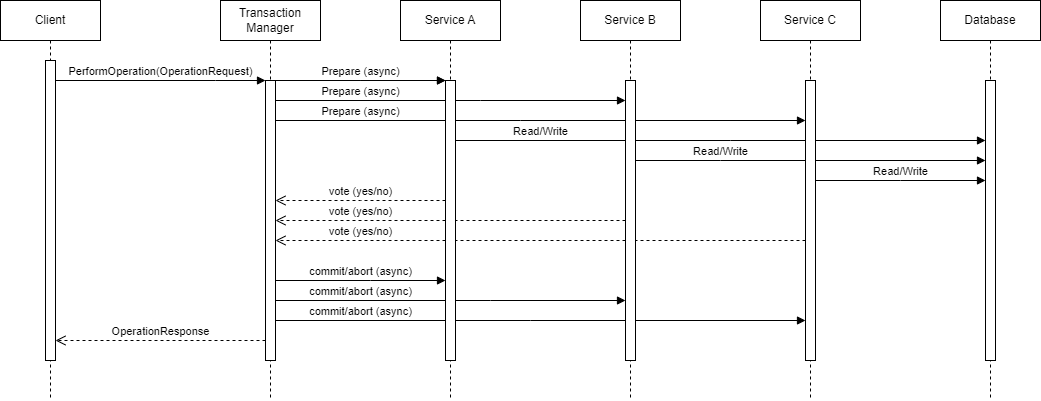
Above: TM_sequence_diagram.drawio.png in ShazimR/2PC-TM-POC (draw.io), before the change. Source tidied: cells renumbered, new cells last; positions are measured from the earlier drawing's top-left corner, leaving out a move shared by most shapes. Source of this version:
```xml
<mxGraphModel>
  <root>
    <mxCell id="0" />
    <mxCell id="1" parent="0" />
    <mxCell id="2" value="vote (yes/no)" style="html=1;verticalAlign=bottom;endArrow=open;dashed=1;endSize=8;edgeStyle=elbowEdgeStyle;elbow=vertical;curved=0;rounded=0;" parent="1" edge="1" source="19" target="12">
      <mxGeometry x="0.68" relative="1" as="geometry">
        <Array as="points">
          <mxPoint x="370" y="240" />
          <mxPoint x="285" y="290" />
        </Array>
      </mxGeometry>
    </mxCell>
    <mxCell id="3" value="commit/abort (async)" style="html=1;verticalAlign=bottom;endArrow=block;edgeStyle=elbowEdgeStyle;elbow=vertical;curved=0;rounded=0;" parent="1" edge="1" source="12" target="19">
      <mxGeometry x="-0.68" relative="1" as="geometry">
        <Array as="points">
          <mxPoint x="530" y="320" />
          <mxPoint x="500" y="310" />
          <mxPoint x="390" y="330" />
        </Array>
      </mxGeometry>
    </mxCell>
    <mxCell id="4" value="commit/abort (async)" style="html=1;verticalAlign=bottom;endArrow=block;edgeStyle=elbowEdgeStyle;elbow=vertical;curved=0;rounded=0;" parent="1" edge="1" source="12" target="17">
      <mxGeometry x="-0.51" relative="1" as="geometry">
        <Array as="points">
          <mxPoint x="490" y="300" />
          <mxPoint x="380" y="320" />
        </Array>
      </mxGeometry>
    </mxCell>
    <mxCell id="5" value="commit/abort (async)" style="html=1;verticalAlign=bottom;endArrow=block;edgeStyle=elbowEdgeStyle;elbow=vertical;curved=0;rounded=0;" parent="1" edge="1" source="12" target="14">
      <mxGeometry relative="1" as="geometry">
        <Array as="points">
          <mxPoint x="370" y="280" />
        </Array>
      </mxGeometry>
    </mxCell>
    <mxCell id="6" value="vote (yes/no)" style="html=1;verticalAlign=bottom;endArrow=open;dashed=1;endSize=8;edgeStyle=elbowEdgeStyle;elbow=vertical;curved=0;rounded=0;" parent="1" edge="1" source="17" target="12">
      <mxGeometry x="0.51" relative="1" as="geometry">
        <Array as="points">
          <mxPoint x="370" y="220" />
          <mxPoint x="370" y="220" />
        </Array>
      </mxGeometry>
    </mxCell>
    <mxCell id="7" value="Read/Write" style="html=1;verticalAlign=bottom;endArrow=block;edgeStyle=elbowEdgeStyle;elbow=vertical;curved=0;rounded=0;" parent="1" edge="1" source="17" target="21">
      <mxGeometry x="-0.51" relative="1" as="geometry">
        <Array as="points">
          <mxPoint x="720" y="160" />
          <mxPoint x="705" y="160" />
          <mxPoint x="595" y="180" />
        </Array>
      </mxGeometry>
    </mxCell>
    <mxCell id="8" value="Read/Write" style="html=1;verticalAlign=bottom;endArrow=block;edgeStyle=elbowEdgeStyle;elbow=vertical;curved=0;rounded=0;" parent="1" edge="1" source="14" target="21">
      <mxGeometry x="-0.68" relative="1" as="geometry">
        <Array as="points">
          <mxPoint x="730" y="140" />
          <mxPoint x="695" y="150" />
          <mxPoint x="585" y="170" />
        </Array>
      </mxGeometry>
    </mxCell>
    <mxCell id="9" value="Prepare (async)" style="html=1;verticalAlign=bottom;endArrow=block;edgeStyle=elbowEdgeStyle;elbow=vertical;curved=0;rounded=0;" parent="1" edge="1" source="12" target="19">
      <mxGeometry x="-0.68" relative="1" as="geometry">
        <Array as="points">
          <mxPoint x="520" y="120" />
          <mxPoint x="490" y="110" />
          <mxPoint x="380" y="130" />
        </Array>
      </mxGeometry>
    </mxCell>
    <mxCell id="10" value="Prepare (async)" style="html=1;verticalAlign=bottom;endArrow=block;edgeStyle=elbowEdgeStyle;elbow=vertical;curved=0;rounded=0;" parent="1" edge="1" source="12" target="17">
      <mxGeometry x="-0.51" relative="1" as="geometry">
        <Array as="points">
          <mxPoint x="480" y="100" />
          <mxPoint x="370" y="120" />
        </Array>
      </mxGeometry>
    </mxCell>
    <mxCell id="11" value="Transaction Manager" style="shape=umlLifeline;perimeter=lifelinePerimeter;whiteSpace=wrap;html=1;newEdgeStyle={&quot;edgeStyle&quot;:&quot;elbowEdgeStyle&quot;,&quot;elbow&quot;:&quot;vertical&quot;,&quot;curved&quot;:0,&quot;rounded&quot;:0};" parent="1" vertex="1">
      <mxGeometry x="220" width="100" height="400" as="geometry" />
    </mxCell>
    <mxCell id="12" style="html=1;points=[];perimeter=orthogonalPerimeter;outlineConnect=0;targetShapes=umlLifeline;portConstraint=eastwest;newEdgeStyle={&quot;edgeStyle&quot;:&quot;elbowEdgeStyle&quot;,&quot;elbow&quot;:&quot;vertical&quot;,&quot;curved&quot;:0,&quot;rounded&quot;:0};" parent="11" vertex="1">
      <mxGeometry x="45" y="80" width="10" height="280" as="geometry" />
    </mxCell>
    <mxCell id="13" value="Service A" style="shape=umlLifeline;perimeter=lifelinePerimeter;whiteSpace=wrap;html=1;newEdgeStyle={&quot;edgeStyle&quot;:&quot;elbowEdgeStyle&quot;,&quot;elbow&quot;:&quot;vertical&quot;,&quot;curved&quot;:0,&quot;rounded&quot;:0};" parent="1" vertex="1">
      <mxGeometry x="400" width="100" height="400" as="geometry" />
    </mxCell>
    <mxCell id="14" style="html=1;points=[];perimeter=orthogonalPerimeter;outlineConnect=0;targetShapes=umlLifeline;portConstraint=eastwest;newEdgeStyle={&quot;edgeStyle&quot;:&quot;elbowEdgeStyle&quot;,&quot;elbow&quot;:&quot;vertical&quot;,&quot;curved&quot;:0,&quot;rounded&quot;:0};" parent="13" vertex="1">
      <mxGeometry x="45" y="80" width="10" height="280" as="geometry" />
    </mxCell>
    <mxCell id="15" value="Prepare (async)" style="html=1;verticalAlign=bottom;endArrow=block;edgeStyle=elbowEdgeStyle;elbow=vertical;curved=0;rounded=0;" parent="1" edge="1" source="12" target="14">
      <mxGeometry relative="1" as="geometry">
        <Array as="points">
          <mxPoint x="360" y="80" />
        </Array>
      </mxGeometry>
    </mxCell>
    <mxCell id="16" value="Service B" style="shape=umlLifeline;perimeter=lifelinePerimeter;whiteSpace=wrap;html=1;newEdgeStyle={&quot;edgeStyle&quot;:&quot;elbowEdgeStyle&quot;,&quot;elbow&quot;:&quot;vertical&quot;,&quot;curved&quot;:0,&quot;rounded&quot;:0};" parent="1" vertex="1">
      <mxGeometry x="580" width="100" height="400" as="geometry" />
    </mxCell>
    <mxCell id="17" style="html=1;points=[];perimeter=orthogonalPerimeter;outlineConnect=0;targetShapes=umlLifeline;portConstraint=eastwest;newEdgeStyle={&quot;edgeStyle&quot;:&quot;elbowEdgeStyle&quot;,&quot;elbow&quot;:&quot;vertical&quot;,&quot;curved&quot;:0,&quot;rounded&quot;:0};" parent="16" vertex="1">
      <mxGeometry x="45" y="80" width="10" height="280" as="geometry" />
    </mxCell>
    <mxCell id="18" value="Service C" style="shape=umlLifeline;perimeter=lifelinePerimeter;whiteSpace=wrap;html=1;newEdgeStyle={&quot;edgeStyle&quot;:&quot;elbowEdgeStyle&quot;,&quot;elbow&quot;:&quot;vertical&quot;,&quot;curved&quot;:0,&quot;rounded&quot;:0};" parent="1" vertex="1">
      <mxGeometry x="760" width="100" height="400" as="geometry" />
    </mxCell>
    <mxCell id="19" style="html=1;points=[];perimeter=orthogonalPerimeter;outlineConnect=0;targetShapes=umlLifeline;portConstraint=eastwest;newEdgeStyle={&quot;edgeStyle&quot;:&quot;elbowEdgeStyle&quot;,&quot;elbow&quot;:&quot;vertical&quot;,&quot;curved&quot;:0,&quot;rounded&quot;:0};" parent="18" vertex="1">
      <mxGeometry x="45" y="80" width="10" height="280" as="geometry" />
    </mxCell>
    <mxCell id="20" value="Database" style="shape=umlLifeline;perimeter=lifelinePerimeter;whiteSpace=wrap;html=1;newEdgeStyle={&quot;edgeStyle&quot;:&quot;elbowEdgeStyle&quot;,&quot;elbow&quot;:&quot;vertical&quot;,&quot;curved&quot;:0,&quot;rounded&quot;:0};" parent="1" vertex="1">
      <mxGeometry x="940" width="100" height="400" as="geometry" />
    </mxCell>
    <mxCell id="21" style="html=1;points=[];perimeter=orthogonalPerimeter;outlineConnect=0;targetShapes=umlLifeline;portConstraint=eastwest;newEdgeStyle={&quot;edgeStyle&quot;:&quot;elbowEdgeStyle&quot;,&quot;elbow&quot;:&quot;vertical&quot;,&quot;curved&quot;:0,&quot;rounded&quot;:0};" parent="20" vertex="1">
      <mxGeometry x="45" y="80" width="10" height="280" as="geometry" />
    </mxCell>
    <mxCell id="22" value="OperationResponse" style="html=1;verticalAlign=bottom;endArrow=open;dashed=1;endSize=8;edgeStyle=elbowEdgeStyle;elbow=vertical;curved=0;rounded=0;" parent="1" edge="1" source="12" target="27">
      <mxGeometry relative="1" as="geometry">
        <Array as="points">
          <mxPoint x="205" y="340" />
        </Array>
      </mxGeometry>
    </mxCell>
    <mxCell id="23" value="Read/Write" style="html=1;verticalAlign=bottom;endArrow=block;edgeStyle=elbowEdgeStyle;elbow=vertical;curved=0;rounded=0;" parent="1" edge="1" source="19" target="21">
      <mxGeometry relative="1" as="geometry">
        <Array as="points">
          <mxPoint x="900" y="180" />
          <mxPoint x="920" y="210" />
          <mxPoint x="810" y="230" />
        </Array>
      </mxGeometry>
    </mxCell>
    <mxCell id="24" value="vote (yes/no)" style="html=1;verticalAlign=bottom;endArrow=open;dashed=1;endSize=8;edgeStyle=elbowEdgeStyle;elbow=vertical;curved=0;rounded=0;" parent="1" edge="1" source="14" target="12">
      <mxGeometry relative="1" as="geometry">
        <Array as="points">
          <mxPoint x="360" y="200" />
          <mxPoint x="360" y="210" />
        </Array>
      </mxGeometry>
    </mxCell>
    <mxCell id="25" value="Prepare (async)" style="html=1;verticalAlign=bottom;endArrow=block;edgeStyle=elbowEdgeStyle;elbow=vertical;curved=0;rounded=0;" parent="1" edge="1">
      <mxGeometry relative="1" as="geometry">
        <mxPoint x="275" y="80" as="sourcePoint" />
        <mxPoint x="445" y="80" as="targetPoint" />
        <Array as="points">
          <mxPoint x="360" y="80" />
        </Array>
      </mxGeometry>
    </mxCell>
    <mxCell id="26" value="Client" style="shape=umlLifeline;perimeter=lifelinePerimeter;whiteSpace=wrap;html=1;newEdgeStyle={&quot;edgeStyle&quot;:&quot;elbowEdgeStyle&quot;,&quot;elbow&quot;:&quot;vertical&quot;,&quot;curved&quot;:0,&quot;rounded&quot;:0};" parent="1" vertex="1">
      <mxGeometry width="100" height="400" as="geometry" />
    </mxCell>
    <mxCell id="27" style="html=1;points=[];perimeter=orthogonalPerimeter;outlineConnect=0;targetShapes=umlLifeline;portConstraint=eastwest;newEdgeStyle={&quot;edgeStyle&quot;:&quot;elbowEdgeStyle&quot;,&quot;elbow&quot;:&quot;vertical&quot;,&quot;curved&quot;:0,&quot;rounded&quot;:0};" parent="26" vertex="1">
      <mxGeometry x="45" y="60" width="10" height="300" as="geometry" />
    </mxCell>
    <mxCell id="28" value="PerformOperation(OperationRequest)" style="html=1;verticalAlign=bottom;endArrow=block;edgeStyle=elbowEdgeStyle;elbow=vertical;curved=0;rounded=0;" parent="1" edge="1" source="27" target="12">
      <mxGeometry relative="1" as="geometry">
        <Array as="points">
          <mxPoint x="215" y="80" />
        </Array>
      </mxGeometry>
    </mxCell>
  </root>
</mxGraphModel>
```
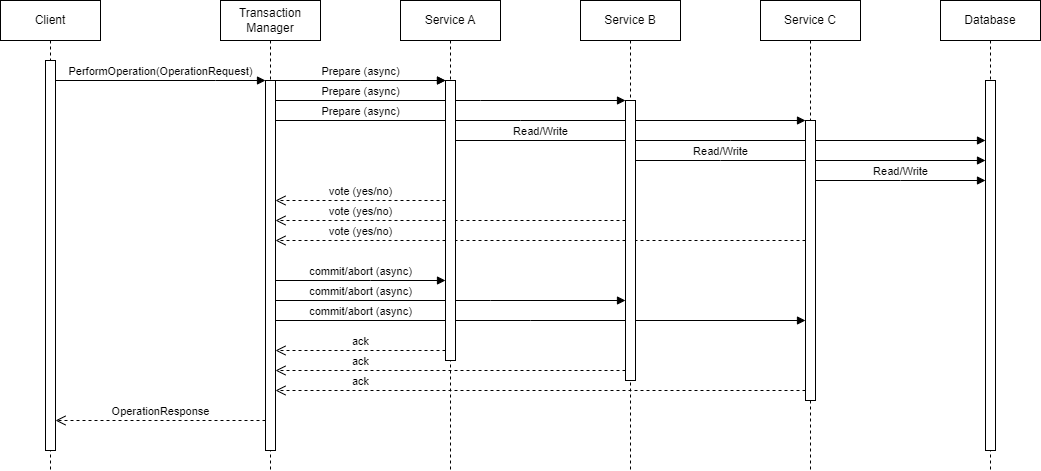
Later version of the same file.

The edit, as a diff of the source:
```diff
@@ -2,6 +2,22 @@
   <root>
     <mxCell id="0" />
     <mxCell id="1" parent="0" />
+    <mxCell id="29" value="ack" style="html=1;verticalAlign=bottom;endArrow=open;dashed=1;endSize=8;edgeStyle=elbowEdgeStyle;elbow=vertical;curved=0;rounded=0;" parent="1" edge="1" source="19" target="12">
+      <mxGeometry x="0.68" relative="1" as="geometry">
+        <Array as="points">
+          <mxPoint x="380" y="390" />
+          <mxPoint x="360" y="470" />
+        </Array>
+      </mxGeometry>
+    </mxCell>
+    <mxCell id="30" value="ack" style="html=1;verticalAlign=bottom;endArrow=open;dashed=1;endSize=8;edgeStyle=elbowEdgeStyle;elbow=vertical;curved=0;rounded=0;" parent="1" edge="1" source="17" target="12">
+      <mxGeometry x="0.51" relative="1" as="geometry">
+        <Array as="points">
+          <mxPoint x="370" y="370" />
+          <mxPoint x="445" y="400" />
+        </Array>
+      </mxGeometry>
+    </mxCell>
     <mxCell id="2" value="vote (yes/no)" style="html=1;verticalAlign=bottom;endArrow=open;dashed=1;endSize=8;edgeStyle=elbowEdgeStyle;elbow=vertical;curved=0;rounded=0;" parent="1" edge="1" source="19" target="12">
       <mxGeometry x="0.68" relative="1" as="geometry">
         <Array as="points">
@@ -78,13 +94,13 @@
       </mxGeometry>
     </mxCell>
     <mxCell id="11" value="Transaction Manager" style="shape=umlLifeline;perimeter=lifelinePerimeter;whiteSpace=wrap;html=1;newEdgeStyle={&quot;edgeStyle&quot;:&quot;elbowEdgeStyle&quot;,&quot;elbow&quot;:&quot;vertical&quot;,&quot;curved&quot;:0,&quot;rounded&quot;:0};" parent="1" vertex="1">
-      <mxGeometry x="220" width="100" height="400" as="geometry" />
+      <mxGeometry x="220" width="100" height="470" as="geometry" />
     </mxCell>
     <mxCell id="12" style="html=1;points=[];perimeter=orthogonalPerimeter;outlineConnect=0;targetShapes=umlLifeline;portConstraint=eastwest;newEdgeStyle={&quot;edgeStyle&quot;:&quot;elbowEdgeStyle&quot;,&quot;elbow&quot;:&quot;vertical&quot;,&quot;curved&quot;:0,&quot;rounded&quot;:0};" parent="11" vertex="1">
-      <mxGeometry x="45" y="80" width="10" height="280" as="geometry" />
+      <mxGeometry x="45" y="80" width="10" height="370" as="geometry" />
     </mxCell>
     <mxCell id="13" value="Service A" style="shape=umlLifeline;perimeter=lifelinePerimeter;whiteSpace=wrap;html=1;newEdgeStyle={&quot;edgeStyle&quot;:&quot;elbowEdgeStyle&quot;,&quot;elbow&quot;:&quot;vertical&quot;,&quot;curved&quot;:0,&quot;rounded&quot;:0};" parent="1" vertex="1">
-      <mxGeometry x="400" width="100" height="400" as="geometry" />
+      <mxGeometry x="400" width="100" height="470" as="geometry" />
     </mxCell>
     <mxCell id="14" style="html=1;points=[];perimeter=orthogonalPerimeter;outlineConnect=0;targetShapes=umlLifeline;portConstraint=eastwest;newEdgeStyle={&quot;edgeStyle&quot;:&quot;elbowEdgeStyle&quot;,&quot;elbow&quot;:&quot;vertical&quot;,&quot;curved&quot;:0,&quot;rounded&quot;:0};" parent="13" vertex="1">
       <mxGeometry x="45" y="80" width="10" height="280" as="geometry" />
@@ -97,27 +113,27 @@
       </mxGeometry>
     </mxCell>
     <mxCell id="16" value="Service B" style="shape=umlLifeline;perimeter=lifelinePerimeter;whiteSpace=wrap;html=1;newEdgeStyle={&quot;edgeStyle&quot;:&quot;elbowEdgeStyle&quot;,&quot;elbow&quot;:&quot;vertical&quot;,&quot;curved&quot;:0,&quot;rounded&quot;:0};" parent="1" vertex="1">
-      <mxGeometry x="580" width="100" height="400" as="geometry" />
+      <mxGeometry x="580" width="100" height="470" as="geometry" />
     </mxCell>
     <mxCell id="17" style="html=1;points=[];perimeter=orthogonalPerimeter;outlineConnect=0;targetShapes=umlLifeline;portConstraint=eastwest;newEdgeStyle={&quot;edgeStyle&quot;:&quot;elbowEdgeStyle&quot;,&quot;elbow&quot;:&quot;vertical&quot;,&quot;curved&quot;:0,&quot;rounded&quot;:0};" parent="16" vertex="1">
-      <mxGeometry x="45" y="80" width="10" height="280" as="geometry" />
+      <mxGeometry x="45" y="100" width="10" height="280" as="geometry" />
     </mxCell>
     <mxCell id="18" value="Service C" style="shape=umlLifeline;perimeter=lifelinePerimeter;whiteSpace=wrap;html=1;newEdgeStyle={&quot;edgeStyle&quot;:&quot;elbowEdgeStyle&quot;,&quot;elbow&quot;:&quot;vertical&quot;,&quot;curved&quot;:0,&quot;rounded&quot;:0};" parent="1" vertex="1">
-      <mxGeometry x="760" width="100" height="400" as="geometry" />
+      <mxGeometry x="760" width="100" height="470" as="geometry" />
     </mxCell>
     <mxCell id="19" style="html=1;points=[];perimeter=orthogonalPerimeter;outlineConnect=0;targetShapes=umlLifeline;portConstraint=eastwest;newEdgeStyle={&quot;edgeStyle&quot;:&quot;elbowEdgeStyle&quot;,&quot;elbow&quot;:&quot;vertical&quot;,&quot;curved&quot;:0,&quot;rounded&quot;:0};" parent="18" vertex="1">
-      <mxGeometry x="45" y="80" width="10" height="280" as="geometry" />
+      <mxGeometry x="45" y="120" width="10" height="280" as="geometry" />
     </mxCell>
     <mxCell id="20" value="Database" style="shape=umlLifeline;perimeter=lifelinePerimeter;whiteSpace=wrap;html=1;newEdgeStyle={&quot;edgeStyle&quot;:&quot;elbowEdgeStyle&quot;,&quot;elbow&quot;:&quot;vertical&quot;,&quot;curved&quot;:0,&quot;rounded&quot;:0};" parent="1" vertex="1">
-      <mxGeometry x="940" width="100" height="400" as="geometry" />
+      <mxGeometry x="940" width="100" height="470" as="geometry" />
     </mxCell>
     <mxCell id="21" style="html=1;points=[];perimeter=orthogonalPerimeter;outlineConnect=0;targetShapes=umlLifeline;portConstraint=eastwest;newEdgeStyle={&quot;edgeStyle&quot;:&quot;elbowEdgeStyle&quot;,&quot;elbow&quot;:&quot;vertical&quot;,&quot;curved&quot;:0,&quot;rounded&quot;:0};" parent="20" vertex="1">
-      <mxGeometry x="45" y="80" width="10" height="280" as="geometry" />
+      <mxGeometry x="45" y="80" width="10" height="370" as="geometry" />
     </mxCell>
     <mxCell id="22" value="OperationResponse" style="html=1;verticalAlign=bottom;endArrow=open;dashed=1;endSize=8;edgeStyle=elbowEdgeStyle;elbow=vertical;curved=0;rounded=0;" parent="1" edge="1" source="12" target="27">
       <mxGeometry relative="1" as="geometry">
         <Array as="points">
-          <mxPoint x="205" y="340" />
+          <mxPoint x="160" y="420" />
         </Array>
       </mxGeometry>
     </mxCell>
@@ -148,10 +164,10 @@
       </mxGeometry>
     </mxCell>
     <mxCell id="26" value="Client" style="shape=umlLifeline;perimeter=lifelinePerimeter;whiteSpace=wrap;html=1;newEdgeStyle={&quot;edgeStyle&quot;:&quot;elbowEdgeStyle&quot;,&quot;elbow&quot;:&quot;vertical&quot;,&quot;curved&quot;:0,&quot;rounded&quot;:0};" parent="1" vertex="1">
-      <mxGeometry width="100" height="400" as="geometry" />
+      <mxGeometry width="100" height="470" as="geometry" />
     </mxCell>
     <mxCell id="27" style="html=1;points=[];perimeter=orthogonalPerimeter;outlineConnect=0;targetShapes=umlLifeline;portConstraint=eastwest;newEdgeStyle={&quot;edgeStyle&quot;:&quot;elbowEdgeStyle&quot;,&quot;elbow&quot;:&quot;vertical&quot;,&quot;curved&quot;:0,&quot;rounded&quot;:0};" parent="26" vertex="1">
-      <mxGeometry x="45" y="60" width="10" height="300" as="geometry" />
+      <mxGeometry x="45" y="60" width="10" height="390" as="geometry" />
     </mxCell>
     <mxCell id="28" value="PerformOperation(OperationRequest)" style="html=1;verticalAlign=bottom;endArrow=block;edgeStyle=elbowEdgeStyle;elbow=vertical;curved=0;rounded=0;" parent="1" edge="1" source="27" target="12">
       <mxGeometry relative="1" as="geometry">
@@ -160,5 +176,13 @@
         </Array>
       </mxGeometry>
     </mxCell>
+    <mxCell id="31" value="ack" style="html=1;verticalAlign=bottom;endArrow=open;dashed=1;endSize=8;edgeStyle=elbowEdgeStyle;elbow=vertical;curved=0;rounded=0;" parent="1" edge="1" source="14" target="12">
+      <mxGeometry relative="1" as="geometry">
+        <Array as="points">
+          <mxPoint x="370" y="350" />
+          <mxPoint x="435" y="390" />
+        </Array>
+      </mxGeometry>
+    </mxCell>
   </root>
 </mxGraphModel>
```
